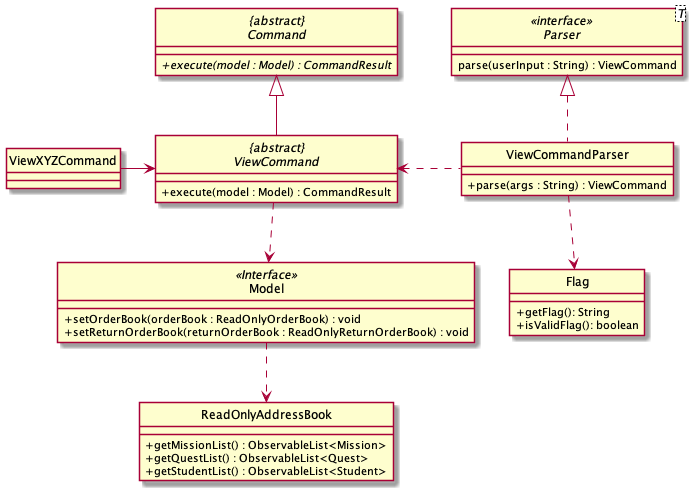
This is docs/images/ViewCommandClassDiagram.png from wireseo/tp, a PlantUML export, as it was before one commit. Source of this version:
```plantuml
@startuml
skinparam backgroundColor #ffffff
skinparam classAttributeIconSize 0
hide circle

abstract class "{abstract}\nCommand" {
    + {abstract} execute(model : Model) : CommandResult
}

class Model <<Interface>> {
    + setOrderBook(orderBook : ReadOnlyOrderBook) : void
    + setReturnOrderBook(returnOrderBook : ReadOnlyReturnOrderBook) : void
}

Model ..> ReadOnlyAddressBook

class ReadOnlyAddressBook {
    + getMissionList() : ObservableList<Mission>
    + getQuestList() : ObservableList<Quest>
    + getStudentList() : ObservableList<Student>
}

abstract class "{abstract}\nViewCommand"{
    + execute(model : Model) : CommandResult
}

class ViewCommandParser implements Parser {
    + parse(args : String) : ViewCommand
}

interface Parser<T> <<interface>> {
    parse(userInput : String) : ViewCommand
}

class Flag {
    + getFlag(): String
    + isValidFlag(): boolean
}

class ViewXYZCommand

"{abstract}\nViewCommand" <..left ViewCommandParser
"{abstract}\nViewCommand" ..> Model
"{abstract}\nViewCommand" --up|> "{abstract}\nCommand"
ViewCommandParser ..> Flag
ViewXYZCommand -> "{abstract}\nViewCommand"
@enduml
```
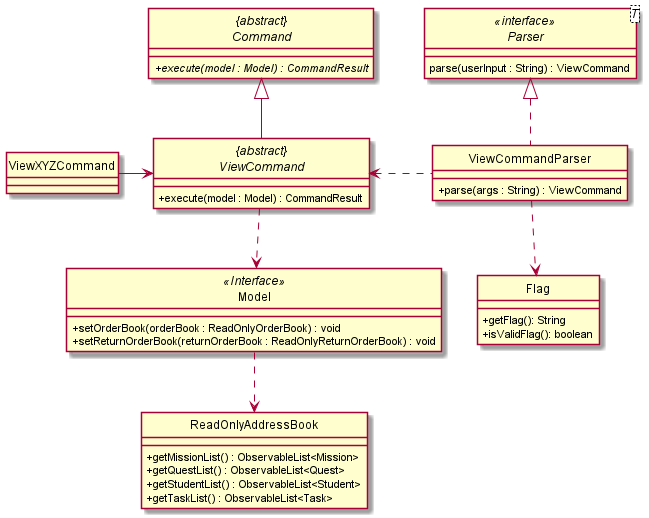
The same diagram one commit later.

Diff of the diagram source:
```diff
@@ -18,6 +18,7 @@
     + getMissionList() : ObservableList<Mission>
     + getQuestList() : ObservableList<Quest>
     + getStudentList() : ObservableList<Student>
+    + getTaskList() : ObservableList<Task>
 }
 
 abstract class "{abstract}\nViewCommand"{
```
